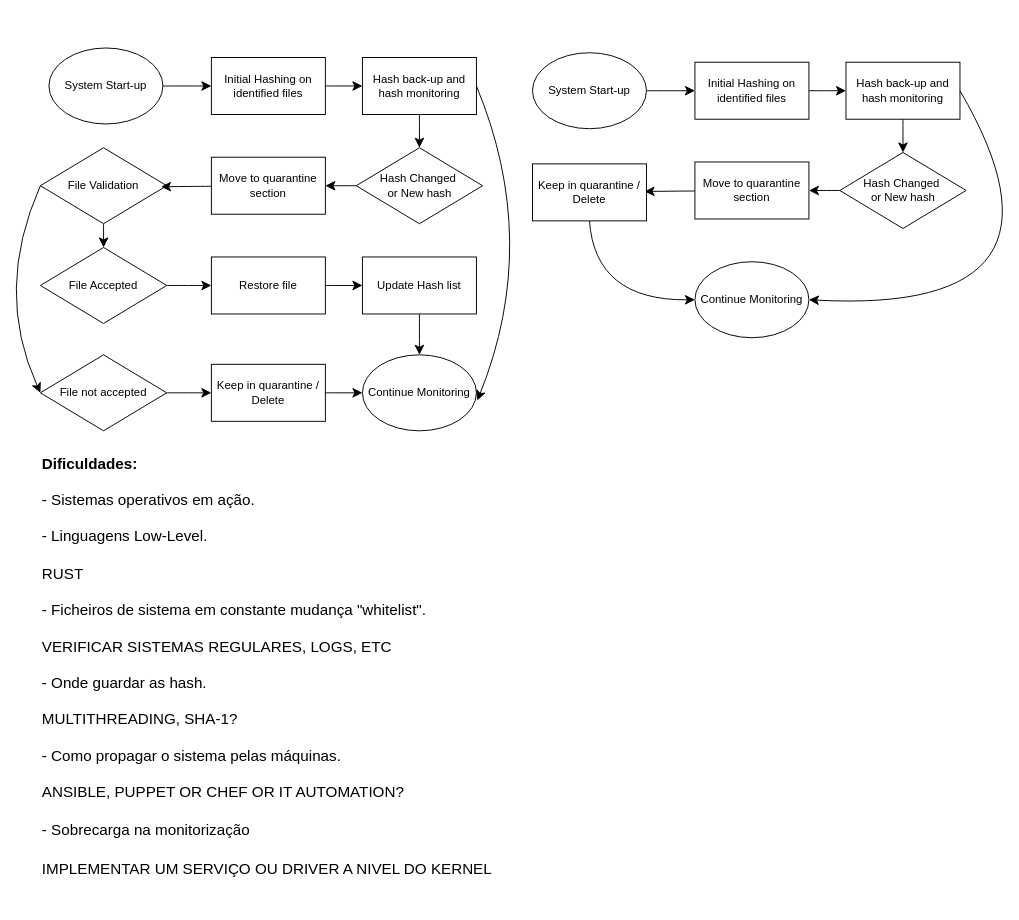
Before: planeamento/Untitled Diagram.drawio in mickeyhousee/LOCK, a draw.io diagram. Source tidied: cells renumbered, new cells numbered last; positions are measured from the earlier drawing's top-left corner, leaving out a move shared by most shapes. Both pictures are drawn from the tidied source at 95%, with x=0, y=0 at pixel (-7, 48).
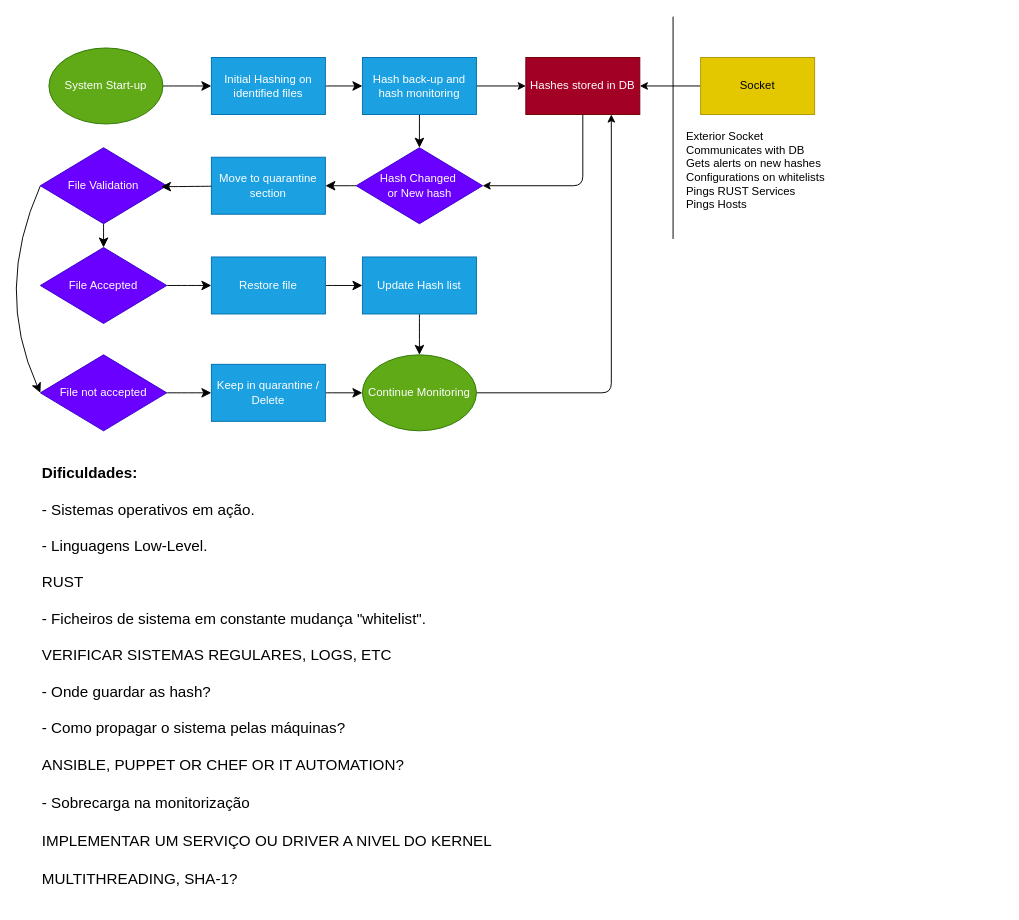
The same page after the edit.

What changed in the source:
```diff
@@
-    <mxCell id="3" value="System Start-up" style="ellipse;whiteSpace=wrap;html=1;" parent="1" vertex="1">
+    <mxCell id="3" value="System Start-up" style="ellipse;whiteSpace=wrap;html=1;fillColor=#60a917;fontColor=#ffffff;strokeColor=#2D7600;" parent="1" vertex="1">
       <mxGeometry x="58" width="120" height="80" as="geometry" />
     </mxCell>
@@
-    <mxCell id="5" value="Initial Hashing on identified files" style="rounded=0;whiteSpace=wrap;html=1;" parent="1" vertex="1">
+    <mxCell id="5" value="Initial Hashing on identified files" style="rounded=0;whiteSpace=wrap;html=1;fillColor=#1ba1e2;fontColor=#ffffff;strokeColor=#006EAF;" parent="1" vertex="1">
       <mxGeometry x="229" y="10" width="120" height="60" as="geometry" />
     </mxCell>
@@
+    <mxCell id="42" style="edgeStyle=none;html=1;exitX=1;exitY=0.5;exitDx=0;exitDy=0;entryX=0;entryY=0.5;entryDx=0;entryDy=0;" parent="1" edge="1" source="7" target="45">
+      <mxGeometry relative="1" as="geometry" />
+    </mxCell>
-    <mxCell id="7" value="Hash back-up and hash monitoring" style="rounded=0;whiteSpace=wrap;html=1;" parent="1" vertex="1">
+    <mxCell id="7" value="Hash back-up and hash monitoring" style="rounded=0;whiteSpace=wrap;html=1;fillColor=#1ba1e2;fontColor=#ffffff;strokeColor=#006EAF;" parent="1" vertex="1">
       <mxGeometry x="388" y="10" width="120" height="60" as="geometry" />
     </mxCell>
@@
-    <mxCell id="9" value="&lt;div&gt;Hash Changed&amp;nbsp;&lt;/div&gt;&lt;div&gt;or New hash&lt;/div&gt;" style="rhombus;whiteSpace=wrap;html=1;" parent="1" vertex="1">
+    <mxCell id="9" value="&lt;div&gt;Hash Changed&amp;nbsp;&lt;/div&gt;&lt;div&gt;or New hash&lt;/div&gt;" style="rhombus;whiteSpace=wrap;html=1;fillColor=#6a00ff;fontColor=#ffffff;strokeColor=#3700CC;" parent="1" vertex="1">
       <mxGeometry x="381.5" y="105" width="133" height="80" as="geometry" />
     </mxCell>
-    <mxCell id="10" value="Move to quarantine section" style="rounded=0;whiteSpace=wrap;html=1;" parent="1" vertex="1">
+    <mxCell id="10" value="Move to quarantine section" style="rounded=0;whiteSpace=wrap;html=1;fillColor=#1ba1e2;fontColor=#ffffff;strokeColor=#006EAF;" parent="1" vertex="1">
       <mxGeometry x="229" y="115" width="120" height="60" as="geometry" />
     </mxCell>
@@
-    <mxCell id="13" value="File Validation" style="rhombus;whiteSpace=wrap;html=1;" parent="1" vertex="1">
+    <mxCell id="13" value="File Validation" style="rhombus;whiteSpace=wrap;html=1;fillColor=#6a00ff;fontColor=#ffffff;strokeColor=#3700CC;" parent="1" vertex="1">
       <mxGeometry x="49" y="105" width="133" height="80" as="geometry" />
     </mxCell>
@@
-    <mxCell id="16" value="File Accepted" style="rhombus;whiteSpace=wrap;html=1;" parent="1" vertex="1">
+    <mxCell id="16" value="File Accepted" style="rhombus;whiteSpace=wrap;html=1;fillColor=#6a00ff;fontColor=#ffffff;strokeColor=#3700CC;" parent="1" vertex="1">
       <mxGeometry x="49" y="210" width="133" height="80" as="geometry" />
     </mxCell>
@@
-    <mxCell id="18" value="Restore file" style="rounded=0;whiteSpace=wrap;html=1;" parent="1" vertex="1">
+    <mxCell id="18" value="Restore file" style="rounded=0;whiteSpace=wrap;html=1;fillColor=#1ba1e2;fontColor=#ffffff;strokeColor=#006EAF;" parent="1" vertex="1">
       <mxGeometry x="229" y="220" width="120" height="60" as="geometry" />
     </mxCell>
@@
-    <mxCell id="20" value="File not accepted" style="rhombus;whiteSpace=wrap;html=1;" parent="1" vertex="1">
+    <mxCell id="20" value="File not accepted" style="rhombus;whiteSpace=wrap;html=1;fillColor=#6a00ff;fontColor=#ffffff;strokeColor=#3700CC;" parent="1" vertex="1">
       <mxGeometry x="49" y="323" width="133" height="80" as="geometry" />
     </mxCell>
@@
-    <mxCell id="22" value="Keep in quarantine / Delete" style="rounded=0;whiteSpace=wrap;html=1;" parent="1" vertex="1">
+    <mxCell id="22" value="Keep in quarantine / Delete" style="rounded=0;whiteSpace=wrap;html=1;fillColor=#1ba1e2;fontColor=#ffffff;strokeColor=#006EAF;" parent="1" vertex="1">
       <mxGeometry x="229" y="333" width="120" height="60" as="geometry" />
     </mxCell>
@@
-    <mxCell id="24" value="Update Hash list" style="rounded=0;whiteSpace=wrap;html=1;" parent="1" vertex="1">
+    <mxCell id="24" value="Update Hash list" style="rounded=0;whiteSpace=wrap;html=1;fillColor=#1ba1e2;fontColor=#ffffff;strokeColor=#006EAF;" parent="1" vertex="1">
       <mxGeometry x="388" y="220" width="120" height="60" as="geometry" />
     </mxCell>
+    <mxCell id="43" style="edgeStyle=none;html=1;entryX=0.75;entryY=1;entryDx=0;entryDy=0;" parent="1" edge="1" source="25" target="45">
+      <mxGeometry relative="1" as="geometry">
+        <Array as="points">
+          <mxPoint x="650" y="363" />
+        </Array>
+      </mxGeometry>
+    </mxCell>
-    <mxCell id="25" value="Continue Monitoring" style="ellipse;whiteSpace=wrap;html=1;" parent="1" vertex="1">
+    <mxCell id="25" value="Continue Monitoring" style="ellipse;whiteSpace=wrap;html=1;fillColor=#60a917;fontColor=#ffffff;strokeColor=#2D7600;" parent="1" vertex="1">
       <mxGeometry x="388" y="323" width="120" height="80" as="geometry" />
     </mxCell>
-    <mxCell id="26" value="&lt;div align=&quot;left&quot;&gt;&lt;b&gt;Dificuldades:&lt;/b&gt;&lt;/div&gt;&lt;div align=&quot;left&quot;&gt;&lt;br&gt;&lt;/div&gt;&lt;div align=&quot;left&quot;&gt;- Sistemas operativos em ação.&lt;/div&gt;&lt;div align=&quot;left&quot;&gt;&lt;br&gt;&lt;/div&gt;&lt;div align=&quot;left&quot;&gt;- Linguagens Low-Level.&lt;/div&gt;&lt;div align=&quot;left&quot;&gt;&lt;br&gt;&lt;/div&gt;&lt;div align=&quot;left&quot;&gt;RUST&lt;br&gt;&lt;/div&gt;&lt;div align=&quot;left&quot;&gt;&lt;br&gt;&lt;/div&gt;&lt;div align=&quot;left&quot;&gt;- Ficheiros de sistema em constante mudança &quot;whitelist&quot;.&lt;/div&gt;&lt;div align=&quot;left&quot;&gt;&lt;br&gt;&lt;/div&gt;&lt;div align=&quot;left&quot;&gt;VERIFICAR SISTEMAS REGULARES, LOGS, ETC&lt;br&gt;&lt;/div&gt;&lt;div align=&quot;left&quot;&gt;&lt;br&gt;&lt;/div&gt;&lt;div align=&quot;left&quot;&gt;- Onde guardar as hash.&lt;/div&gt;&lt;div align=&quot;left&quot;&gt;&lt;br&gt;&lt;/div&gt;&lt;div align=&quot;left&quot;&gt;MULTITHREADING, SHA-1?&lt;br&gt;&lt;/div&gt;&lt;div align=&quot;left&quot;&gt;&lt;br&gt;&lt;/div&gt;&lt;div align=&quot;left&quot;&gt;- Como propagar o sistema pelas máquinas.&lt;/div&gt;&lt;div align=&quot;left&quot;&gt;&lt;br&gt;&lt;/div&gt;&lt;div align=&quot;left&quot;&gt;ANSIBLE, PUPPET OR CHEF OR IT AUTOMATION?&lt;br&gt;&lt;h3&gt;&lt;span style=&quot;font-weight: normal;&quot;&gt;&lt;font style=&quot;font-size: 16px;&quot;&gt;- Sobrecarga na monitorização&lt;/font&gt;&lt;/span&gt;&lt;/h3&gt;&lt;h3&gt;&lt;span style=&quot;font-weight: normal; font-size: 16px;&quot;&gt;IMPLEMENTAR UM SERVIÇO OU DRIVER A NIVEL DO KERNEL&lt;/span&gt;&lt;/h3&gt;&lt;/div&gt;" style="text;html=1;align=left;verticalAlign=middle;strokeColor=none;fillColor=none;fontSize=16;" parent="1" vertex="1">
-      <mxGeometry x="49" y="422" width="494" height="478" as="geometry" />
+    <mxCell id="26" value="&lt;div align=&quot;left&quot;&gt;&lt;b&gt;Dificuldades:&lt;/b&gt;&lt;/div&gt;&lt;div align=&quot;left&quot;&gt;&lt;br&gt;&lt;/div&gt;&lt;div align=&quot;left&quot;&gt;- Sistemas operativos em ação.&lt;/div&gt;&lt;div align=&quot;left&quot;&gt;&lt;br&gt;&lt;/div&gt;&lt;div align=&quot;left&quot;&gt;- Linguagens Low-Level.&lt;/div&gt;&lt;div align=&quot;left&quot;&gt;&lt;br&gt;&lt;/div&gt;&lt;div align=&quot;left&quot;&gt;RUST&lt;br&gt;&lt;/div&gt;&lt;div align=&quot;left&quot;&gt;&lt;br&gt;&lt;/div&gt;&lt;div align=&quot;left&quot;&gt;- Ficheiros de sistema em constante mudança &quot;whitelist&quot;.&lt;/div&gt;&lt;div align=&quot;left&quot;&gt;&lt;br&gt;&lt;/div&gt;&lt;div align=&quot;left&quot;&gt;VERIFICAR SISTEMAS REGULARES, LOGS, ETC&lt;br&gt;&lt;/div&gt;&lt;div align=&quot;left&quot;&gt;&lt;br&gt;&lt;/div&gt;&lt;div align=&quot;left&quot;&gt;- Onde guardar as hash?&lt;/div&gt;&lt;div align=&quot;left&quot;&gt;&lt;br&gt;&lt;/div&gt;&lt;div align=&quot;left&quot;&gt;- Como propagar o sistema pelas máquinas?&lt;/div&gt;&lt;div align=&quot;left&quot;&gt;&lt;br&gt;&lt;/div&gt;&lt;div align=&quot;left&quot;&gt;ANSIBLE, PUPPET OR CHEF OR IT AUTOMATION?&lt;br&gt;&lt;h3&gt;&lt;span style=&quot;font-weight: normal;&quot;&gt;&lt;font style=&quot;font-size: 16px;&quot;&gt;- Sobrecarga na monitorização&lt;/font&gt;&lt;/span&gt;&lt;/h3&gt;&lt;h3&gt;&lt;span style=&quot;font-weight: normal; font-size: 16px;&quot;&gt;IMPLEMENTAR UM SERVIÇO OU DRIVER A NIVEL DO KERNEL&lt;/span&gt;&lt;/h3&gt;&lt;div&gt;MULTITHREADING, SHA-1?&lt;span style=&quot;font-weight: normal; font-size: 16px;&quot;&gt;&lt;br&gt;&lt;/span&gt;&lt;/div&gt;&lt;/div&gt;" style="text;html=1;align=left;verticalAlign=middle;strokeColor=none;fillColor=none;fontSize=16;" parent="1" vertex="1">
+      <mxGeometry x="49" y="432" width="492" height="458" as="geometry" />
     </mxCell>
-    <mxCell id="27" style="edgeStyle=none;curved=1;rounded=0;jettySize=auto;html=1;exitX=1;exitY=0.5;exitDx=0;exitDy=0;entryX=1.008;entryY=0.6;entryDx=0;entryDy=0;entryPerimeter=0;fontSize=12;startSize=8;endSize=8;" parent="1" edge="1" source="7" target="25">
-      <mxGeometry relative="1" as="geometry">
-        <Array as="points">
-          <mxPoint x="576" y="204" />
-        </Array>
-      </mxGeometry>
-    </mxCell>
-    <mxCell id="28" style="edgeStyle=none;curved=1;rounded=0;jettySize=auto;html=1;exitX=1;exitY=0.5;exitDx=0;exitDy=0;entryX=0;entryY=0.5;entryDx=0;entryDy=0;fontSize=12;startSize=8;endSize=8;" parent="1" edge="1" source="29" target="31">
-      <mxGeometry relative="1" as="geometry" />
-    </mxCell>
-    <mxCell id="29" value="System Start-up" style="ellipse;whiteSpace=wrap;html=1;" parent="1" vertex="1">
-      <mxGeometry x="567" y="5" width="120" height="80" as="geometry" />
-    </mxCell>
-    <mxCell id="30" style="edgeStyle=none;curved=1;rounded=0;jettySize=auto;html=1;exitX=1;exitY=0.5;exitDx=0;exitDy=0;entryX=0;entryY=0.5;entryDx=0;entryDy=0;fontSize=12;startSize=8;endSize=8;" parent="1" edge="1" source="31" target="33">
-      <mxGeometry relative="1" as="geometry" />
-    </mxCell>
-    <mxCell id="31" value="Initial Hashing on identified files" style="rounded=0;whiteSpace=wrap;html=1;" parent="1" vertex="1">
-      <mxGeometry x="738" y="15" width="120" height="60" as="geometry" />
-    </mxCell>
-    <mxCell id="32" style="edgeStyle=none;curved=1;rounded=0;jettySize=auto;html=1;exitX=0.5;exitY=1;exitDx=0;exitDy=0;entryX=0.5;entryY=0;entryDx=0;entryDy=0;fontSize=12;startSize=8;endSize=8;" parent="1" edge="1" source="33" target="35">
-      <mxGeometry relative="1" as="geometry" />
-    </mxCell>
-    <mxCell id="33" value="Hash back-up and hash monitoring" style="rounded=0;whiteSpace=wrap;html=1;" parent="1" vertex="1">
-      <mxGeometry x="897" y="15" width="120" height="60" as="geometry" />
-    </mxCell>
-    <mxCell id="34" style="edgeStyle=none;curved=1;rounded=0;jettySize=auto;html=1;exitX=0;exitY=0.5;exitDx=0;exitDy=0;entryX=1;entryY=0.5;entryDx=0;entryDy=0;fontSize=12;startSize=8;endSize=8;" parent="1" edge="1" source="35" target="36">
-      <mxGeometry relative="1" as="geometry" />
-    </mxCell>
-    <mxCell id="35" value="&lt;div&gt;Hash Changed&amp;nbsp;&lt;/div&gt;&lt;div&gt;or New hash&lt;/div&gt;" style="rhombus;whiteSpace=wrap;html=1;" parent="1" vertex="1">
-      <mxGeometry x="890.5" y="110" width="133" height="80" as="geometry" />
-    </mxCell>
-    <mxCell id="36" value="Move to quarantine section" style="rounded=0;whiteSpace=wrap;html=1;" parent="1" vertex="1">
-      <mxGeometry x="738" y="120" width="120" height="60" as="geometry" />
-    </mxCell>
-    <mxCell id="37" style="edgeStyle=none;curved=1;rounded=0;jettySize=auto;html=1;entryX=0.955;entryY=0.513;entryDx=0;entryDy=0;entryPerimeter=0;fontSize=12;startSize=8;endSize=8;" parent="1" edge="1" source="36">
-      <mxGeometry relative="1" as="geometry">
-        <mxPoint x="685" y="151" as="targetPoint" />
-      </mxGeometry>
-    </mxCell>
-    <mxCell id="38" style="edgeStyle=none;curved=1;rounded=0;jettySize=auto;html=1;exitX=0.5;exitY=1;exitDx=0;exitDy=0;entryX=0;entryY=0.5;entryDx=0;entryDy=0;fontSize=12;startSize=8;endSize=8;" parent="1" edge="1" source="39" target="40">
-      <mxGeometry relative="1" as="geometry">
-        <Array as="points">
-          <mxPoint x="633" y="266" />
-        </Array>
-      </mxGeometry>
-    </mxCell>
-    <mxCell id="39" value="Keep in quarantine / Delete" style="rounded=0;whiteSpace=wrap;html=1;" parent="1" vertex="1">
-      <mxGeometry x="567" y="122" width="120" height="60" as="geometry" />
-    </mxCell>
-    <mxCell id="40" value="Continue Monitoring" style="ellipse;whiteSpace=wrap;html=1;" parent="1" vertex="1">
-      <mxGeometry x="738" y="225" width="120" height="80" as="geometry" />
-    </mxCell>
-    <mxCell id="41" style="edgeStyle=none;curved=1;rounded=0;jettySize=auto;html=1;exitX=1;exitY=0.5;exitDx=0;exitDy=0;entryX=1;entryY=0.5;entryDx=0;entryDy=0;entryPerimeter=0;fontSize=12;startSize=8;endSize=8;" parent="1" edge="1" source="33" target="40">
+    <mxCell id="41" style="edgeStyle=none;curved=1;rounded=0;orthogonalLoop=1;jettySize=auto;html=1;exitX=1;exitY=0.5;exitDx=0;exitDy=0;entryX=1;entryY=0.5;entryDx=0;entryDy=0;entryPerimeter=0;fontSize=12;startSize=8;endSize=8;" parent="1" edge="1">
       <mxGeometry relative="1" as="geometry">
+        <mxPoint x="1017" y="45" as="sourcePoint" />
         <Array as="points">
           <mxPoint x="1155" y="281" />
         </Array>
       </mxGeometry>
     </mxCell>
+    <mxCell id="44" style="edgeStyle=none;html=1;exitX=0.5;exitY=1;exitDx=0;exitDy=0;entryX=1;entryY=0.5;entryDx=0;entryDy=0;" parent="1" edge="1" source="45" target="9">
+      <mxGeometry relative="1" as="geometry">
+        <Array as="points">
+          <mxPoint x="620" y="145" />
+        </Array>
+      </mxGeometry>
+    </mxCell>
+    <mxCell id="45" value="Hashes stored in DB" style="rounded=0;whiteSpace=wrap;html=1;fillColor=#a20025;fontColor=#ffffff;strokeColor=#6F0000;" parent="1" vertex="1">
+      <mxGeometry x="560" y="10" width="120" height="60" as="geometry" />
+    </mxCell>
+    <mxCell id="46" style="edgeStyle=none;html=1;entryX=1;entryY=0.5;entryDx=0;entryDy=0;" parent="1" edge="1" source="47" target="45">
+      <mxGeometry relative="1" as="geometry" />
+    </mxCell>
+    <mxCell id="47" value="Socket" style="rounded=0;whiteSpace=wrap;html=1;fillColor=#e3c800;fontColor=#000000;strokeColor=#B09500;" parent="1" vertex="1">
+      <mxGeometry x="744" y="10" width="120" height="60" as="geometry" />
+    </mxCell>
+    <mxCell id="48" style="endArrow=none;html=1;" parent="1" edge="1">
+      <mxGeometry relative="1" as="geometry">
+        <mxPoint x="715" y="201" as="sourcePoint" />
+        <mxPoint x="715" y="-33" as="targetPoint" />
+      </mxGeometry>
+    </mxCell>
+    <mxCell id="49" value="Exterior Socket&lt;br&gt;Communicates with DB&lt;br&gt;Gets alerts on new hashes&lt;br&gt;Configurations on whitelists&lt;br&gt;Pings RUST Services&lt;br&gt;Pings Hosts" style="text;html=1;align=left;verticalAlign=middle;strokeColor=none;fillColor=none;" parent="1" vertex="1">
+      <mxGeometry x="727" y="80" width="164" height="98" as="geometry" />
+    </mxCell>
```
